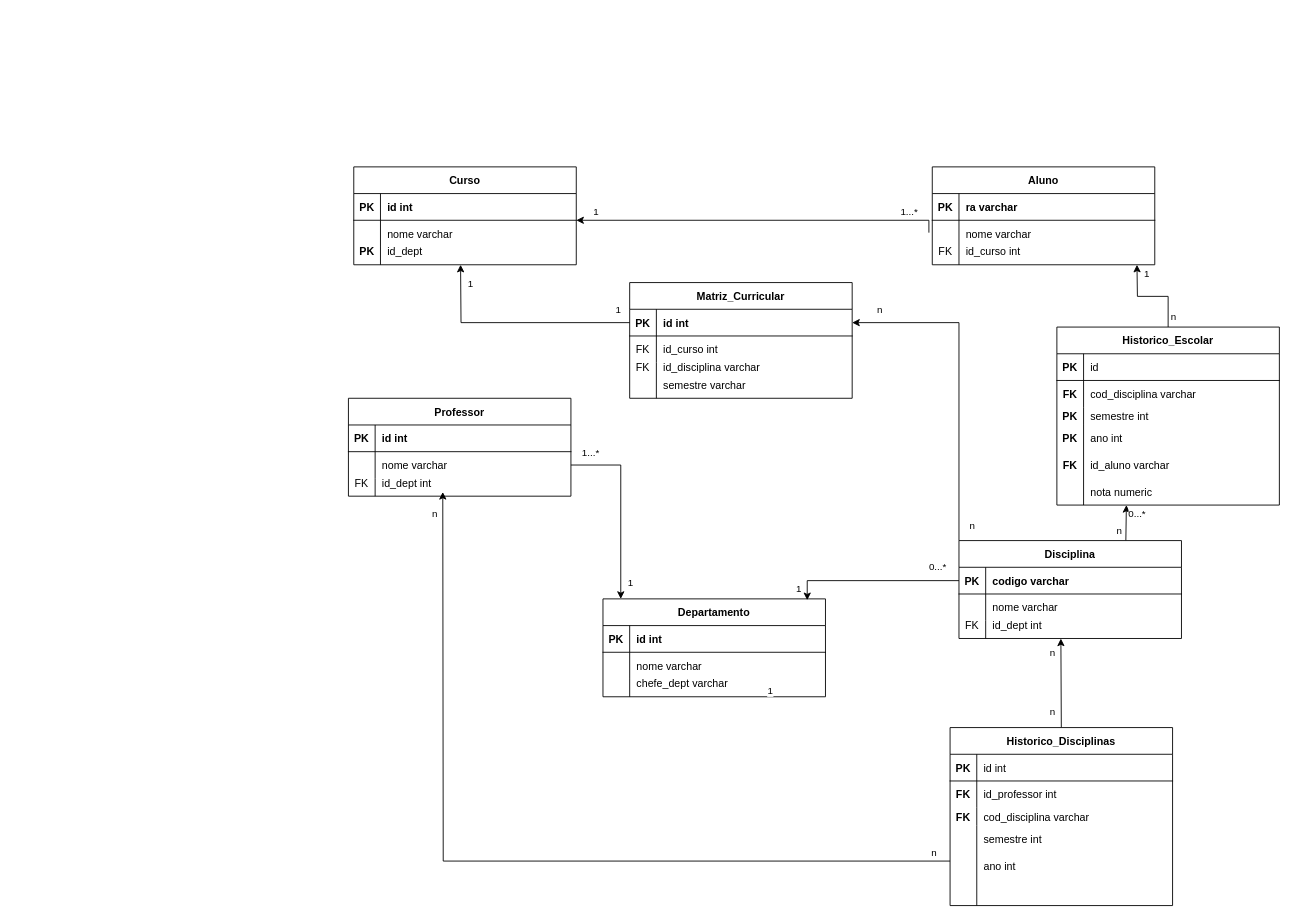
luiggigarcia/Academic_Database_UniversityModel keeps this draw.io diagram as Relational Diagram.drawio. Above is the earlier version. Source tidied: cells renumbered, new cells numbered last; positions are measured from the earlier drawing's top-left corner, leaving out a move shared by most shapes. Both pictures are drawn from the tidied source at 89%, with x=0, y=0 at pixel (348, 166).
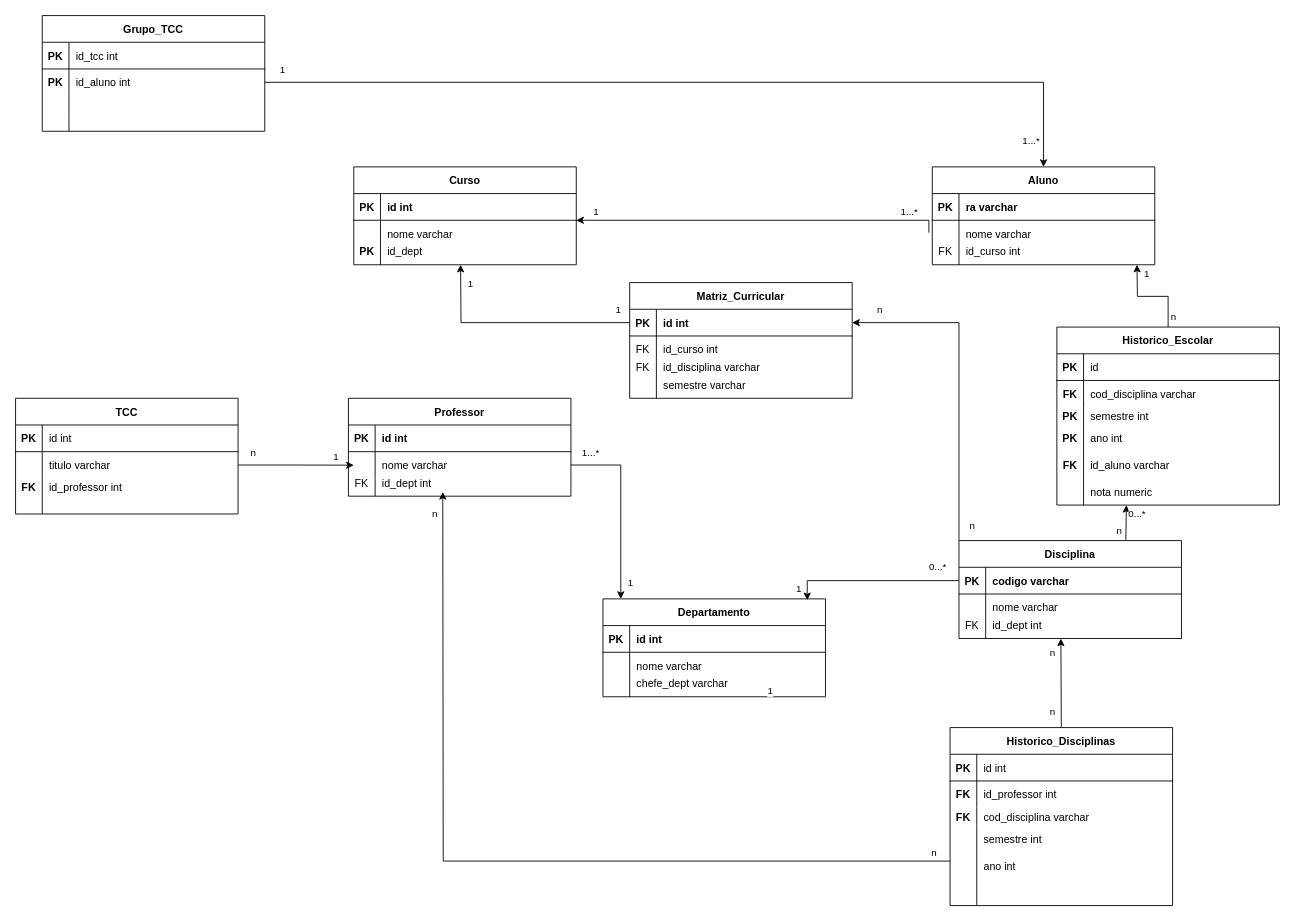
The same diagram, later.

The change refers to these unchanged cells:
```xml
<mxCell id="47" value="Aluno" style="shape=table;startSize=30;childLayout=tableLayout;rowLines=0;fontStyle=1;align=center;" parent="1" vertex="1">
  <mxGeometry x="656" width="250" height="110" as="geometry" />
</mxCell>
```

Diff of the diagram source:
```diff
@@
+    <mxCell id="130" value="TCC" style="shape=table;startSize=30;childLayout=tableLayout;rowLines=0;fontStyle=1;align=center;" parent="1" vertex="1">
+      <mxGeometry x="-374" y="260" width="250" height="130" as="geometry" />
+    </mxCell>
+    <mxCell id="131" style="shape=partialRectangle;fillColor=none;top=0;left=0;right=0;bottom=1;" parent="130" vertex="1">
+      <mxGeometry y="30" width="250" height="30" as="geometry" />
+    </mxCell>
+    <mxCell id="132" style="shape=partialRectangle;overflow=hidden;fillColor=none;top=0;left=0;bottom=0;right=0;fontStyle=1;" parent="131" vertex="1">
+      <mxGeometry width="30" height="30" as="geometry" />
+    </mxCell>
+    <mxCell id="133" style="shape=partialRectangle;overflow=hidden;fillColor=none;top=0;left=0;bottom=0;right=0;align=left;spacingLeft=6;fontStyle=1;" parent="131" vertex="1">
+      <mxGeometry x="30" width="220" height="30" as="geometry" />
+    </mxCell>
+    <mxCell id="134" style="shape=partialRectangle;fillColor=none;points=[[0,0.5],[1,0.5]];portConstraint=eastwest;top=0;left=0;right=0;bottom=0;" parent="130" vertex="1">
+      <mxGeometry y="60" width="250" height="30" as="geometry" />
+    </mxCell>
+    <mxCell id="135" style="shape=partialRectangle;overflow=hidden;fillColor=none;top=0;left=0;bottom=0;right=0;" parent="134" vertex="1">
+      <mxGeometry width="30" height="30" as="geometry" />
+    </mxCell>
+    <mxCell id="136" value="titulo varchar" style="shape=partialRectangle;overflow=hidden;fillColor=none;top=0;left=0;bottom=0;right=0;align=left;spacingLeft=6;" parent="134" vertex="1">
+      <mxGeometry x="30" width="220" height="30" as="geometry" />
+    </mxCell>
+    <mxCell id="137" style="endArrow=none;html=1;rounded=0;" parent="1" edge="1">
+      <mxGeometry relative="1" as="geometry">
+        <mxPoint x="-344" y="370" as="sourcePoint" />
+        <mxPoint x="-344" y="350" as="targetPoint" />
+      </mxGeometry>
+    </mxCell>
+    <mxCell id="138" style="endArrow=none;html=1;rounded=0;" parent="1" edge="1">
+      <mxGeometry relative="1" as="geometry">
+        <mxPoint x="-344" y="390" as="sourcePoint" />
+        <mxPoint x="-344" y="370" as="targetPoint" />
+      </mxGeometry>
+    </mxCell>
+    <mxCell id="139" value="id int" style="shape=partialRectangle;overflow=hidden;fillColor=none;top=0;left=0;bottom=0;right=0;align=left;spacingLeft=6;" parent="1" vertex="1">
+      <mxGeometry x="-344" y="290" width="220" height="30" as="geometry" />
+    </mxCell>
+    <mxCell id="140" value="PK" style="shape=partialRectangle;overflow=hidden;fillColor=none;top=0;left=0;bottom=0;right=0;fontStyle=1;" parent="1" vertex="1">
+      <mxGeometry x="-374" y="290" width="30" height="30" as="geometry" />
+    </mxCell>
+    <mxCell id="141" value="id_professor int" style="shape=partialRectangle;overflow=hidden;fillColor=none;top=0;left=0;bottom=0;right=0;align=left;spacingLeft=6;" parent="1" vertex="1">
+      <mxGeometry x="-344" y="345" width="220" height="30" as="geometry" />
+    </mxCell>
+    <mxCell id="142" value="FK" style="shape=partialRectangle;overflow=hidden;fillColor=none;top=0;left=0;bottom=0;right=0;fontStyle=1;" parent="1" vertex="1">
+      <mxGeometry x="-374" y="345" width="30" height="30" as="geometry" />
+    </mxCell>
+    <mxCell id="143" value="Grupo_TCC" style="shape=table;startSize=30;childLayout=tableLayout;rowLines=0;fontStyle=1;align=center;" parent="1" vertex="1">
+      <mxGeometry x="-344" y="-170" width="250" height="130" as="geometry" />
+    </mxCell>
+    <mxCell id="144" style="shape=partialRectangle;fillColor=none;top=0;left=0;right=0;bottom=1;" parent="143" vertex="1">
+      <mxGeometry y="30" width="250" height="30" as="geometry" />
+    </mxCell>
+    <mxCell id="145" style="shape=partialRectangle;overflow=hidden;fillColor=none;top=0;left=0;bottom=0;right=0;fontStyle=1;" parent="144" vertex="1">
+      <mxGeometry width="30" height="30" as="geometry" />
+    </mxCell>
+    <mxCell id="146" style="shape=partialRectangle;overflow=hidden;fillColor=none;top=0;left=0;bottom=0;right=0;align=left;spacingLeft=6;fontStyle=1;" parent="144" vertex="1">
+      <mxGeometry x="30" width="220" height="30" as="geometry" />
+    </mxCell>
+    <mxCell id="147" style="shape=partialRectangle;fillColor=none;points=[[0,0.5],[1,0.5]];portConstraint=eastwest;top=0;left=0;right=0;bottom=0;" parent="143" vertex="1">
+      <mxGeometry y="60" width="250" height="30" as="geometry" />
+    </mxCell>
+    <mxCell id="148" style="shape=partialRectangle;overflow=hidden;fillColor=none;top=0;left=0;bottom=0;right=0;" parent="147" vertex="1">
+      <mxGeometry width="30" height="30" as="geometry" />
+    </mxCell>
+    <mxCell id="149" value="id_aluno int" style="shape=partialRectangle;overflow=hidden;fillColor=none;top=0;left=0;bottom=0;right=0;align=left;spacingLeft=6;" parent="147" vertex="1">
+      <mxGeometry x="30" width="220" height="30" as="geometry" />
+    </mxCell>
+    <mxCell id="150" style="endArrow=none;html=1;rounded=0;" parent="1" edge="1">
+      <mxGeometry relative="1" as="geometry">
+        <mxPoint x="-314" y="-60" as="sourcePoint" />
+        <mxPoint x="-314" y="-80" as="targetPoint" />
+      </mxGeometry>
+    </mxCell>
+    <mxCell id="151" style="endArrow=none;html=1;rounded=0;" parent="1" edge="1">
+      <mxGeometry relative="1" as="geometry">
+        <mxPoint x="-314" y="-40" as="sourcePoint" />
+        <mxPoint x="-314" y="-60" as="targetPoint" />
+      </mxGeometry>
+    </mxCell>
+    <mxCell id="152" value="id_tcc int" style="shape=partialRectangle;overflow=hidden;fillColor=none;top=0;left=0;bottom=0;right=0;align=left;spacingLeft=6;" parent="1" vertex="1">
+      <mxGeometry x="-314" y="-140" width="220" height="30" as="geometry" />
+    </mxCell>
+    <mxCell id="153" value="PK" style="shape=partialRectangle;overflow=hidden;fillColor=none;top=0;left=0;bottom=0;right=0;fontStyle=1;" parent="1" vertex="1">
+      <mxGeometry x="-344" y="-140" width="30" height="30" as="geometry" />
+    </mxCell>
+    <mxCell id="154" value="PK" style="shape=partialRectangle;overflow=hidden;fillColor=none;top=0;left=0;bottom=0;right=0;fontStyle=1;" parent="1" vertex="1">
+      <mxGeometry x="-344" y="-110" width="30" height="30" as="geometry" />
+    </mxCell>
+    <mxCell id="155" style="edgeStyle=orthogonalEdgeStyle;rounded=0;jettySize=auto;html=1;exitX=1;exitY=0.5;exitDx=0;exitDy=0;" parent="1" edge="1" source="134">
+      <mxGeometry relative="1" as="geometry">
+        <mxPoint x="6" y="335.2" as="targetPoint" />
+      </mxGeometry>
+    </mxCell>
+    <mxCell id="156" value="1" style="edgeLabel;html=1;align=center;verticalAlign=middle;" parent="155" vertex="1">
+      <mxGeometry x="0.69" y="-1" relative="1" as="geometry">
+        <mxPoint y="-11" as="offset" />
+      </mxGeometry>
+    </mxCell>
+    <mxCell id="157" value="n" style="edgeLabel;html=1;align=center;verticalAlign=middle;" parent="155" vertex="1">
+      <mxGeometry x="-0.76" y="2" relative="1" as="geometry">
+        <mxPoint y="-13" as="offset" />
+      </mxGeometry>
+    </mxCell>
+    <mxCell id="158" style="edgeStyle=orthogonalEdgeStyle;rounded=0;jettySize=auto;html=1;exitX=1;exitY=0.5;exitDx=0;exitDy=0;entryX=0.5;entryY=0;entryDx=0;entryDy=0;" parent="1" edge="1" source="147" target="47">
+      <mxGeometry relative="1" as="geometry" />
+    </mxCell>
+    <mxCell id="159" value="1...*" style="edgeLabel;html=1;align=center;verticalAlign=middle;" parent="158" vertex="1">
+      <mxGeometry x="0.94" y="-1" relative="1" as="geometry">
+        <mxPoint x="-14" y="-1" as="offset" />
+      </mxGeometry>
+    </mxCell>
+    <mxCell id="160" value="1" style="edgeLabel;html=1;align=center;verticalAlign=middle;" parent="158" vertex="1">
+      <mxGeometry x="-0.96" y="2" relative="1" as="geometry">
+        <mxPoint y="-13" as="offset" />
+      </mxGeometry>
+    </mxCell>
```
